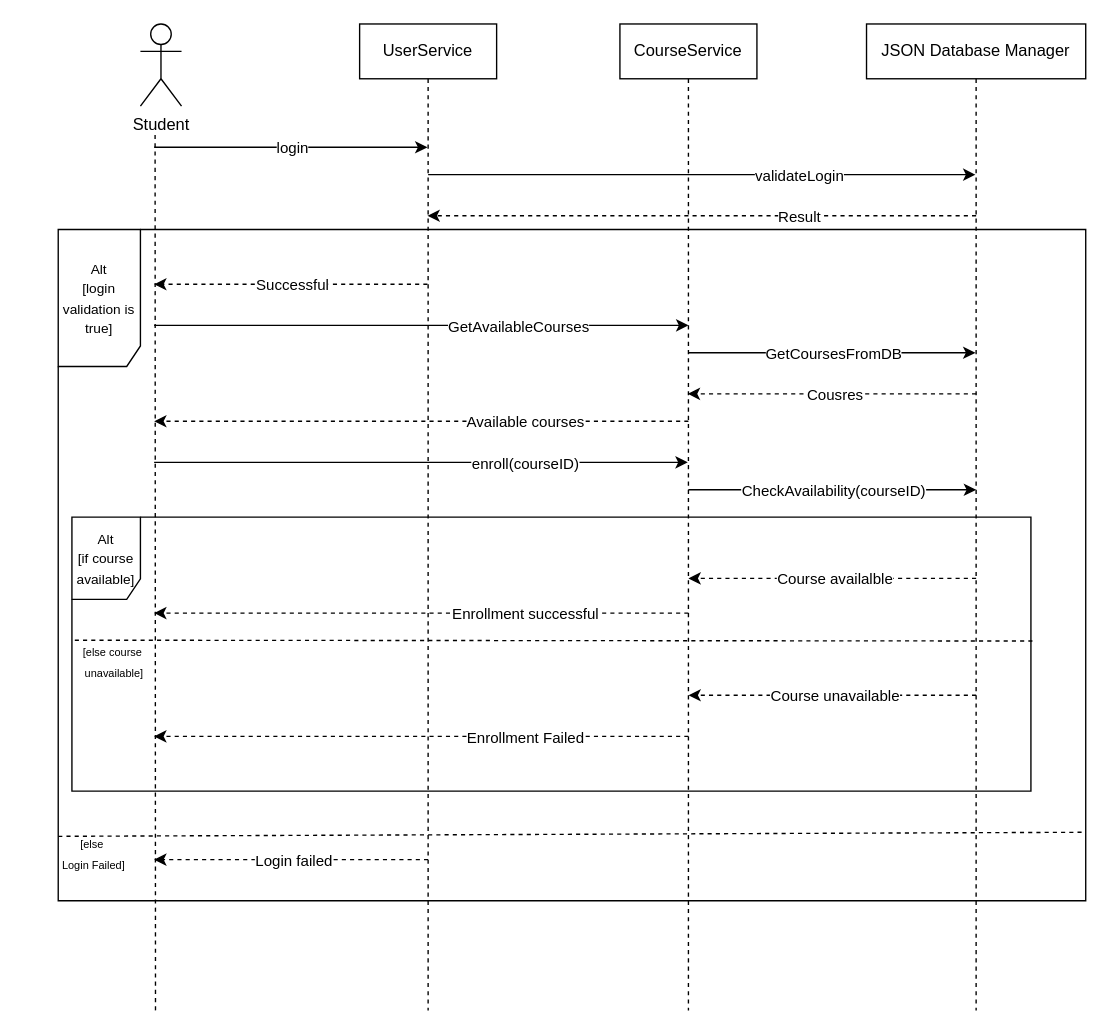
Ayman71/SkillForge-UML-Design keeps this draw.io diagram as Sequence Diagram.drawio. Above is the earlier version. Source tidied: cells renumbered, new cells numbered last; positions are measured from the earlier drawing's top-left corner, leaving out a move shared by most shapes. Both pictures are drawn from the tidied source at 137%, with x=0, y=0 at pixel (23, 23).
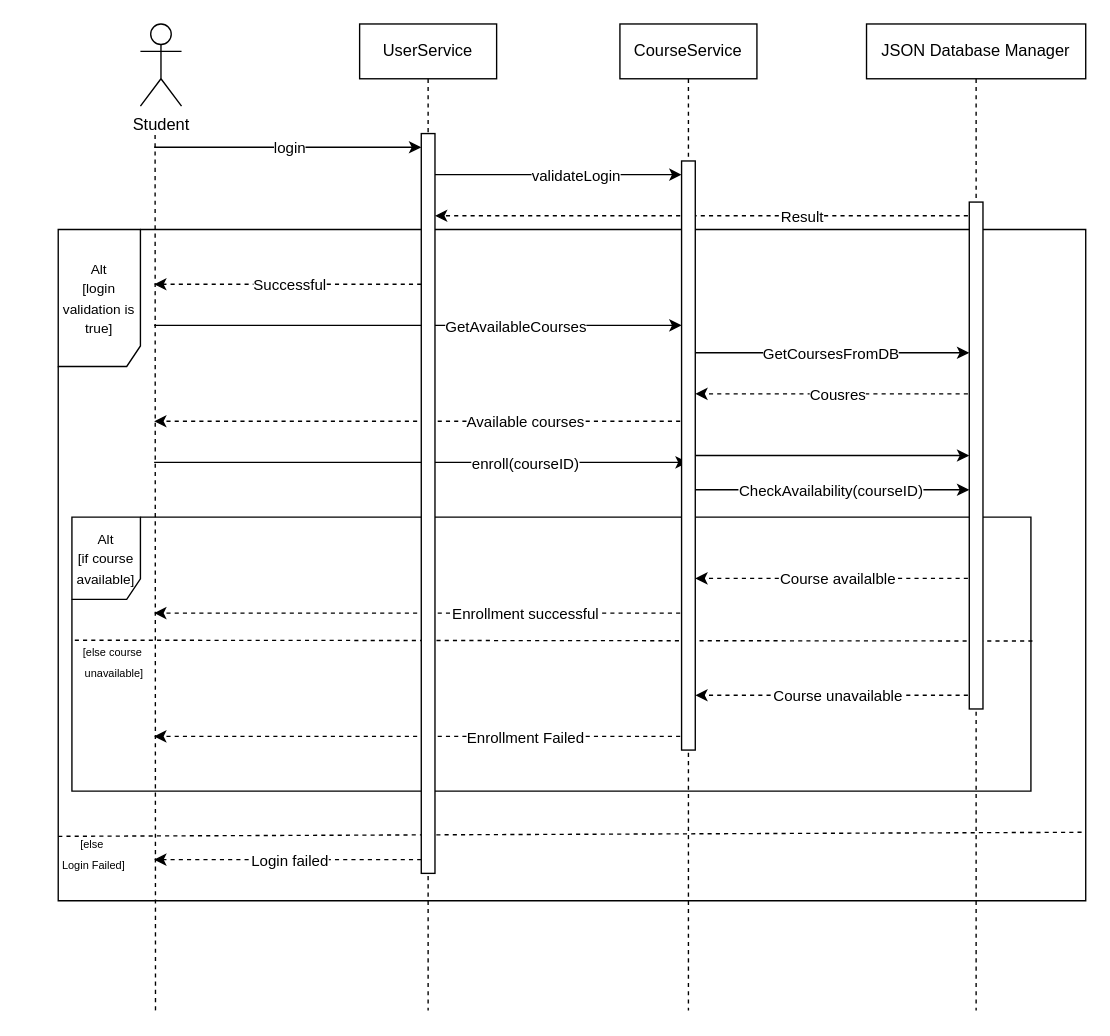
After the change.

The change refers to these unchanged cells:
```xml
<mxCell id="4" value="UserService" style="shape=umlLifeline;perimeter=lifelinePerimeter;whiteSpace=wrap;html=1;outlineConnect=0;portConstraint=eastwest;newEdgeStyle={&quot;curved&quot;:0,&quot;rounded&quot;:0};" parent="1" vertex="1">
  <mxGeometry x="245" width="100" height="720" as="geometry" />
</mxCell>
<mxCell id="5" value="CourseService" style="shape=umlLifeline;perimeter=lifelinePerimeter;whiteSpace=wrap;html=1;outlineConnect=0;portConstraint=eastwest;newEdgeStyle={&quot;curved&quot;:0,&quot;rounded&quot;:0};" parent="1" vertex="1">
  <mxGeometry x="435" width="100" height="720" as="geometry" />
</mxCell>
<mxCell id="6" value="JSON Database Manager" style="shape=umlLifeline;perimeter=lifelinePerimeter;whiteSpace=wrap;html=1;outlineConnect=0;portConstraint=eastwest;newEdgeStyle={&quot;curved&quot;:0,&quot;rounded&quot;:0};" parent="1" vertex="1">
  <mxGeometry x="615" width="160" height="720" as="geometry" />
</mxCell>
```

Change to the diagram source:
```diff
@@
-    <mxCell id="7" style="endArrow=classic;html=1;rounded=0;" parent="1" edge="1" target="4">
+    <mxCell id="7" style="endArrow=classic;html=1;rounded=0;" parent="1" edge="1">
       <mxGeometry relative="1" as="geometry">
         <mxPoint x="95" y="90" as="sourcePoint" />
+        <mxPoint x="290" y="90" as="targetPoint" />
         <Array as="points">
           <mxPoint x="225" y="90" />
         </Array>
       </mxGeometry>
     </mxCell>
@@
-    <mxCell id="9" style="endArrow=classic;html=1;rounded=0;" parent="1" edge="1" target="6">
-      <mxGeometry relative="1" as="geometry">
-        <mxPoint x="295" y="110" as="sourcePoint" />
-      </mxGeometry>
+    <mxCell id="9" style="endArrow=classic;html=1;rounded=0;" parent="1" edge="1" source="44" target="45">
+      <mxGeometry relative="1" as="geometry" />
     </mxCell>
-    <mxCell id="10" value="validateLogin" style="edgeLabel;html=1;align=center;verticalAlign=middle;" parent="9" vertex="1">
-      <mxGeometry relative="1" as="geometry">
-        <mxPoint x="70" as="offset" />
-      </mxGeometry>
-    </mxCell>
-    <mxCell id="11" style="endArrow=classic;html=1;rounded=0;dashed=1;" parent="1" edge="1" target="4">
+    <mxCell id="11" style="endArrow=classic;html=1;rounded=0;dashed=1;" parent="1" edge="1">
       <mxGeometry relative="1" as="geometry">
         <mxPoint x="695" y="140" as="sourcePoint" />
+        <mxPoint x="300" y="140" as="targetPoint" />
       </mxGeometry>
     </mxCell>
@@
-    <mxCell id="13" style="endArrow=classic;html=1;rounded=0;dashed=1;" parent="1" edge="1" source="4">
+    <mxCell id="13" style="endArrow=classic;html=1;rounded=0;dashed=1;" parent="1" edge="1">
       <mxGeometry relative="1" as="geometry">
+        <mxPoint x="290" y="190" as="sourcePoint" />
         <mxPoint x="95" y="190" as="targetPoint" />
       </mxGeometry>
     </mxCell>
@@
-    <mxCell id="15" style="endArrow=classic;html=1;rounded=0;" parent="1" edge="1">
+    <mxCell id="15" style="endArrow=classic;html=1;rounded=0;" parent="1" edge="1" target="44">
       <mxGeometry relative="1" as="geometry">
         <mxPoint x="95" y="220" as="sourcePoint" />
-        <mxPoint x="485" y="220" as="targetPoint" />
       </mxGeometry>
     </mxCell>
@@
-    <mxCell id="17" style="endArrow=classic;html=1;rounded=0;" parent="1" edge="1" target="6">
+    <mxCell id="17" style="endArrow=classic;html=1;rounded=0;" parent="1" edge="1" target="45">
       <mxGeometry relative="1" as="geometry">
         <mxPoint x="485" y="240" as="sourcePoint" />
         <Array as="points">
           <mxPoint x="615" y="240" />
         </Array>
       </mxGeometry>
     </mxCell>
@@
-    <mxCell id="19" style="endArrow=classic;html=1;rounded=0;dashed=1;" parent="1" edge="1" target="5">
+    <mxCell id="19" style="endArrow=classic;html=1;rounded=0;dashed=1;" parent="1" edge="1" target="44">
       <mxGeometry relative="1" as="geometry">
         <mxPoint x="695" y="270" as="sourcePoint" />
       </mxGeometry>
     </mxCell>
@@
+    <mxCell id="27" value="&lt;font style=&quot;font-size: 10px;&quot;&gt;Alt&lt;br&gt;[login validation is true]&lt;/font&gt;" style="shape=umlFrame;whiteSpace=wrap;html=1;width=60;height=100;" parent="1" vertex="1">
+      <mxGeometry x="25" y="150" width="750" height="490" as="geometry" />
+    </mxCell>
-    <mxCell id="25" style="endArrow=classic;html=1;rounded=0;" parent="1" edge="1">
+    <mxCell id="25" style="endArrow=classic;html=1;rounded=0;" parent="1" edge="1" target="45">
       <mxGeometry relative="1" as="geometry">
         <mxPoint x="485" y="340" as="sourcePoint" />
-        <mxPoint x="695" y="340" as="targetPoint" />
         <Array as="points">
           <mxPoint x="615" y="340" />
         </Array>
       </mxGeometry>
     </mxCell>
@@
-    <mxCell id="27" value="&lt;font style=&quot;font-size: 10px;&quot;&gt;Alt&lt;br&gt;[login validation is true]&lt;/font&gt;" style="shape=umlFrame;whiteSpace=wrap;html=1;width=60;height=100;" parent="1" vertex="1">
-      <mxGeometry x="25" y="150" width="750" height="490" as="geometry" />
-    </mxCell>
-    <mxCell id="28" style="endArrow=classic;html=1;rounded=0;dashed=1;" parent="1" edge="1">
+    <mxCell id="28" style="endArrow=classic;html=1;rounded=0;dashed=1;" parent="1" edge="1" target="44">
       <mxGeometry relative="1" as="geometry">
         <mxPoint x="695" y="404.7" as="sourcePoint" />
-        <mxPoint x="485" y="404.7" as="targetPoint" />
       </mxGeometry>
     </mxCell>
@@
-    <mxCell id="30" value="&lt;font style=&quot;font-size: 10px;&quot;&gt;Alt&lt;br&gt;[if course available]&lt;/font&gt;" style="shape=umlFrame;whiteSpace=wrap;html=1;width=50;height=60;" parent="1" vertex="1">
-      <mxGeometry x="35" y="360" width="700" height="200" as="geometry" />
-    </mxCell>
@@
+    <mxCell id="30" value="&lt;font style=&quot;font-size: 10px;&quot;&gt;Alt&lt;br&gt;[if course available]&lt;/font&gt;" style="shape=umlFrame;whiteSpace=wrap;html=1;width=50;height=60;" parent="1" vertex="1">
+      <mxGeometry x="35" y="360" width="700" height="200" as="geometry" />
+    </mxCell>
@@
-    <mxCell id="34" style="endArrow=classic;html=1;rounded=0;dashed=1;" parent="1" edge="1">
+    <mxCell id="34" style="endArrow=classic;html=1;rounded=0;dashed=1;" parent="1" edge="1" target="44">
       <mxGeometry relative="1" as="geometry">
         <mxPoint x="695" y="490" as="sourcePoint" />
-        <mxPoint x="485" y="490" as="targetPoint" />
       </mxGeometry>
     </mxCell>
@@
     <mxCell id="36" style="endArrow=classic;html=1;rounded=0;dashed=1;" parent="1" edge="1">
       <mxGeometry relative="1" as="geometry">
         <mxPoint x="485" y="520" as="sourcePoint" />
         <mxPoint x="95" y="520" as="targetPoint" />
-        <Array as="points">
-          <mxPoint x="285" y="520" />
-        </Array>
       </mxGeometry>
     </mxCell>
@@
-    <mxCell id="39" style="endArrow=classic;html=1;rounded=0;dashed=1;" parent="1" edge="1">
+    <mxCell id="39" style="endArrow=classic;html=1;rounded=0;dashed=1;" parent="1" edge="1" source="46">
       <mxGeometry relative="1" as="geometry">
-        <mxPoint x="295" y="610" as="sourcePoint" />
         <mxPoint x="95" y="610" as="targetPoint" />
       </mxGeometry>
     </mxCell>
@@
+    <mxCell id="43" style="endArrow=classic;html=1;rounded=0;" parent="1" edge="1" target="44">
+      <mxGeometry relative="1" as="geometry">
+        <mxPoint x="300" y="110" as="sourcePoint" />
+      </mxGeometry>
+    </mxCell>
+    <mxCell id="10" value="validateLogin" style="edgeLabel;html=1;align=center;verticalAlign=middle;" parent="43" vertex="1">
+      <mxGeometry relative="1" as="geometry">
+        <mxPoint x="12" as="offset" />
+      </mxGeometry>
+    </mxCell>
+    <mxCell id="44" style="html=1;points=[[0,0,0,0,5],[0,1,0,0,-5],[1,0,0,0,5],[1,1,0,0,-5]];perimeter=orthogonalPerimeter;outlineConnect=0;targetShapes=umlLifeline;portConstraint=eastwest;newEdgeStyle={&quot;curved&quot;:0,&quot;rounded&quot;:0};" parent="1" vertex="1">
+      <mxGeometry x="480" y="100" width="10" height="430" as="geometry" />
+    </mxCell>
+    <mxCell id="45" style="html=1;points=[[0,0,0,0,5],[0,1,0,0,-5],[1,0,0,0,5],[1,1,0,0,-5]];perimeter=orthogonalPerimeter;outlineConnect=0;targetShapes=umlLifeline;portConstraint=eastwest;newEdgeStyle={&quot;curved&quot;:0,&quot;rounded&quot;:0};" parent="1" vertex="1">
+      <mxGeometry x="690" y="130" width="10" height="370" as="geometry" />
+    </mxCell>
+    <mxCell id="46" style="html=1;points=[[0,0,0,0,5],[0,1,0,0,-5],[1,0,0,0,5],[1,1,0,0,-5]];perimeter=orthogonalPerimeter;outlineConnect=0;targetShapes=umlLifeline;portConstraint=eastwest;newEdgeStyle={&quot;curved&quot;:0,&quot;rounded&quot;:0};gradientColor=none;fillColor=default;" parent="1" vertex="1">
+      <mxGeometry x="290" y="80" width="10" height="540" as="geometry" />
+    </mxCell>
```
